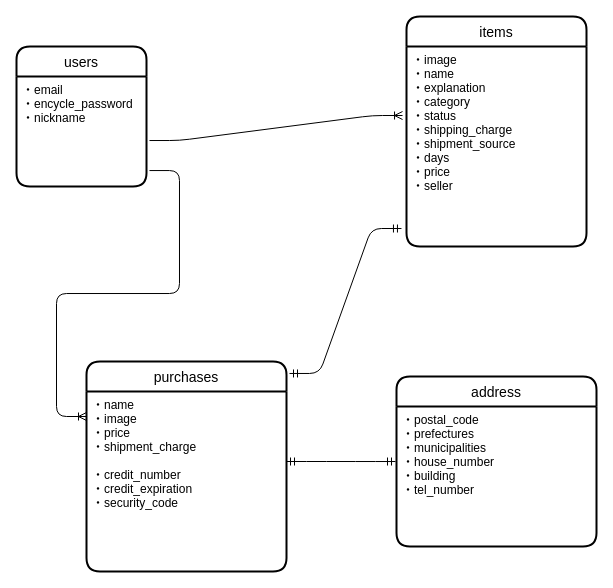
The draw.io diagram sample.dio in satohirok/furima-37186, before the edit. Source tidied: cells renumbered, new cells numbered last; positions are measured from the earlier drawing's top-left corner, leaving out a move shared by most shapes. Both pictures are drawn from the tidied source at 100%, with x=0, y=0 at pixel (16, 16).
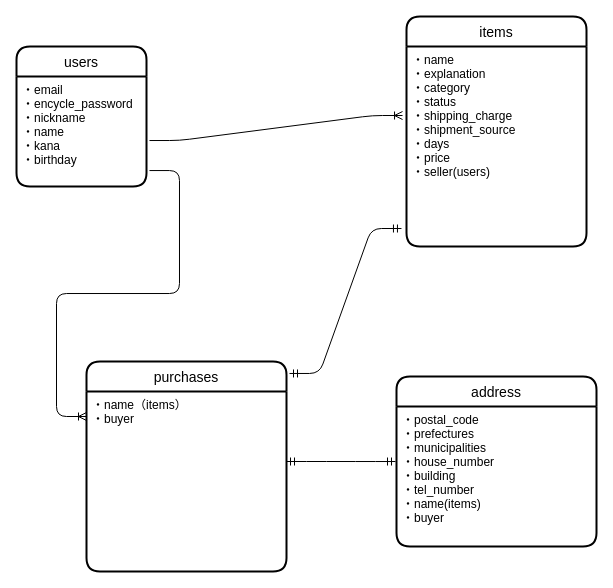
The same diagram, later.

Commit message (it also covers changes not shown here):
データベース設計２

Diff of the diagram source:
```diff
@@
 <mxGraphModel>
   <root>
     <mxCell id="0" />
     <mxCell id="1" parent="0" />
     <mxCell id="2" value="users" style="swimlane;horizontal=1;startSize=30;rounded=1;fontSize=14;fontStyle=0;strokeWidth=2;shadow=0;dashed=0;align=center;" parent="1" vertex="1">
       <mxGeometry y="30" width="130" height="140" as="geometry" />
     </mxCell>
-    <mxCell id="3" value="・email&#10;・encycle_password&#10;・nickname" style="align=left;strokeColor=none;fillColor=none;spacingLeft=4;fontSize=12;verticalAlign=top;" parent="2" vertex="1">
+    <mxCell id="3" value="・email&#10;・encycle_password&#10;・nickname&#10;・name&#10;・kana&#10;・birthday" style="align=left;strokeColor=none;fillColor=none;spacingLeft=4;fontSize=12;verticalAlign=top;" parent="2" vertex="1">
       <mxGeometry y="30" width="130" height="110" as="geometry" />
     </mxCell>
     <mxCell id="4" value="items" style="swimlane;horizontal=1;startSize=30;rounded=1;fontSize=14;fontStyle=0;strokeWidth=2;shadow=0;dashed=0;align=center;" parent="1" vertex="1">
       <mxGeometry x="390" width="180" height="230" as="geometry" />
     </mxCell>
-    <mxCell id="5" value="・image&#10;・name&#10;・explanation&#10;・category&#10;・status&#10;・shipping_charge&#10;・shipment_source&#10;・days&#10;・price&#10;・seller" style="align=left;strokeColor=none;fillColor=none;spacingLeft=4;fontSize=12;verticalAlign=top;" parent="4" vertex="1">
+    <mxCell id="5" value="・name&#10;・explanation&#10;・category&#10;・status&#10;・shipping_charge&#10;・shipment_source&#10;・days&#10;・price&#10;・seller(users)" style="align=left;strokeColor=none;fillColor=none;spacingLeft=4;fontSize=12;verticalAlign=top;" parent="4" vertex="1">
       <mxGeometry y="30" width="180" height="200" as="geometry" />
     </mxCell>
     <mxCell id="6" style="edgeStyle=entityRelationEdgeStyle;fontSize=12;html=1;endArrow=ERoneToMany;entryX=-0.022;entryY=0.345;entryDx=0;entryDy=0;entryPerimeter=0;exitX=1.023;exitY=0.582;exitDx=0;exitDy=0;exitPerimeter=0;" parent="1" edge="1" source="3" target="5">
       <mxGeometry relative="1" as="geometry" />
     </mxCell>
     <mxCell id="7" value="purchases" style="swimlane;horizontal=1;startSize=30;rounded=1;fontSize=14;fontStyle=0;strokeWidth=2;shadow=0;dashed=0;align=center;" parent="1" vertex="1">
       <mxGeometry x="70" y="345" width="200" height="210" as="geometry" />
     </mxCell>
-    <mxCell id="8" value="・name&#10;・image&#10;・price&#10;・shipment_charge&#10;&#10;・credit_number&#10;・credit_expiration&#10;・security_code" style="align=left;strokeColor=none;fillColor=none;spacingLeft=4;fontSize=12;verticalAlign=top;" parent="7" vertex="1">
+    <mxCell id="8" value="・name（items）&#10;・buyer" style="align=left;strokeColor=none;fillColor=none;spacingLeft=4;fontSize=12;verticalAlign=top;" parent="7" vertex="1">
       <mxGeometry y="30" width="200" height="180" as="geometry" />
     </mxCell>
     <mxCell id="9" style="edgeStyle=entityRelationEdgeStyle;fontSize=12;html=1;endArrow=ERoneToMany;exitX=1.023;exitY=0.855;exitDx=0;exitDy=0;exitPerimeter=0;" parent="1" edge="1" source="3">
       <mxGeometry relative="1" as="geometry">
         <mxPoint x="70" y="400" as="targetPoint" />
       </mxGeometry>
     </mxCell>
     <mxCell id="10" value="address" style="swimlane;horizontal=1;startSize=30;rounded=1;fontSize=14;fontStyle=0;strokeWidth=2;shadow=0;dashed=0;align=center;" parent="1" vertex="1">
       <mxGeometry x="380" y="360" width="200" height="170" as="geometry" />
     </mxCell>
-    <mxCell id="11" value="・postal_code&#10;・prefectures&#10;・municipalities&#10;・house_number&#10;・building&#10;・tel_number" style="align=left;strokeColor=none;fillColor=none;spacingLeft=4;fontSize=12;verticalAlign=top;" parent="10" vertex="1">
+    <mxCell id="11" value="・postal_code&#10;・prefectures&#10;・municipalities&#10;・house_number&#10;・building&#10;・tel_number&#10;・name(items)&#10;・buyer" style="align=left;strokeColor=none;fillColor=none;spacingLeft=4;fontSize=12;verticalAlign=top;" parent="10" vertex="1">
       <mxGeometry y="30" width="200" height="140" as="geometry" />
     </mxCell>
     <mxCell id="12" style="edgeStyle=entityRelationEdgeStyle;fontSize=12;html=1;endArrow=ERmandOne;startArrow=ERmandOne;entryX=-0.028;entryY=0.91;entryDx=0;entryDy=0;entryPerimeter=0;exitX=1.015;exitY=0.057;exitDx=0;exitDy=0;exitPerimeter=0;" parent="1" edge="1" source="7" target="5">
       <mxGeometry relative="1" as="geometry" />
     </mxCell>
     <mxCell id="13" style="edgeStyle=entityRelationEdgeStyle;fontSize=12;html=1;endArrow=ERmandOne;startArrow=ERmandOne;entryX=-0.005;entryY=0.393;entryDx=0;entryDy=0;entryPerimeter=0;" parent="1" edge="1" target="11">
       <mxGeometry relative="1" as="geometry">
         <mxPoint x="270" y="445" as="sourcePoint" />
       </mxGeometry>
     </mxCell>
   </root>
 </mxGraphModel>
```
